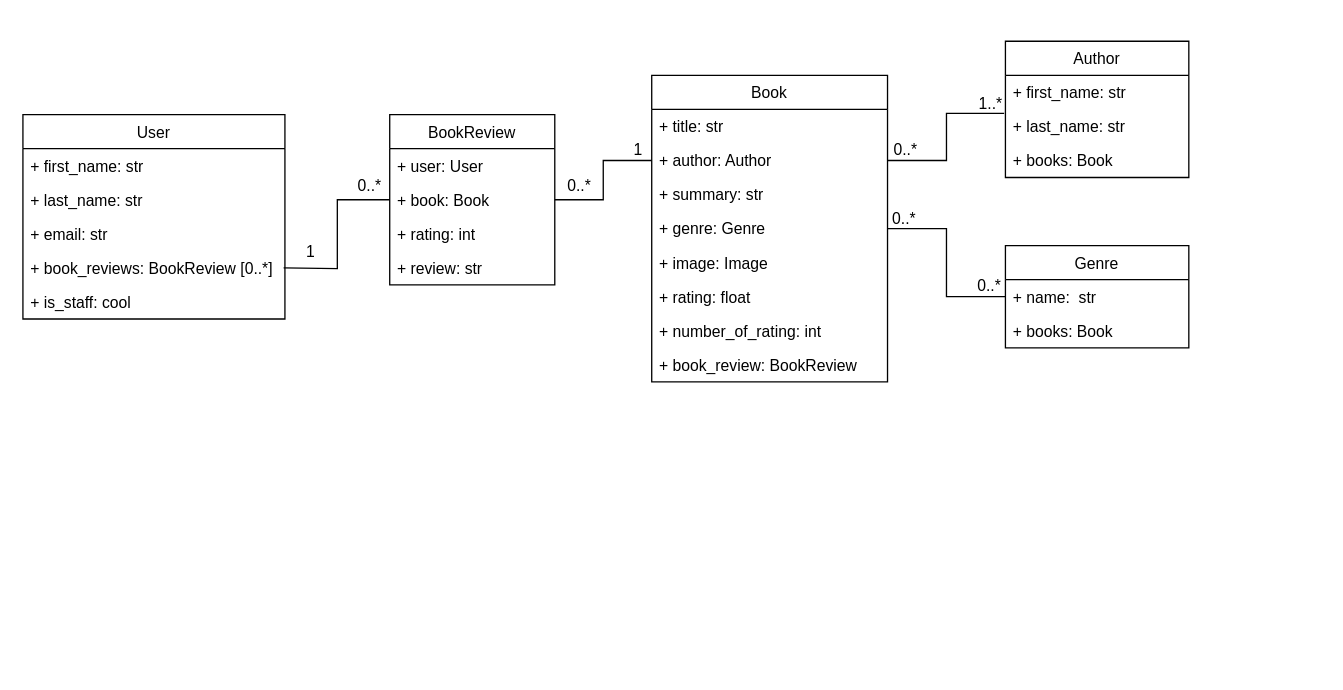
This is book-models-uml.drawio from septymka/book-app-api, a draw.io file, before an edit. Source tidied: cells renumbered, new cells numbered last; positions are measured from the earlier drawing's top-left corner, leaving out a move shared by most shapes. Both pictures are drawn from the tidied source at 131%, with x=0, y=0 at pixel (22, 41).
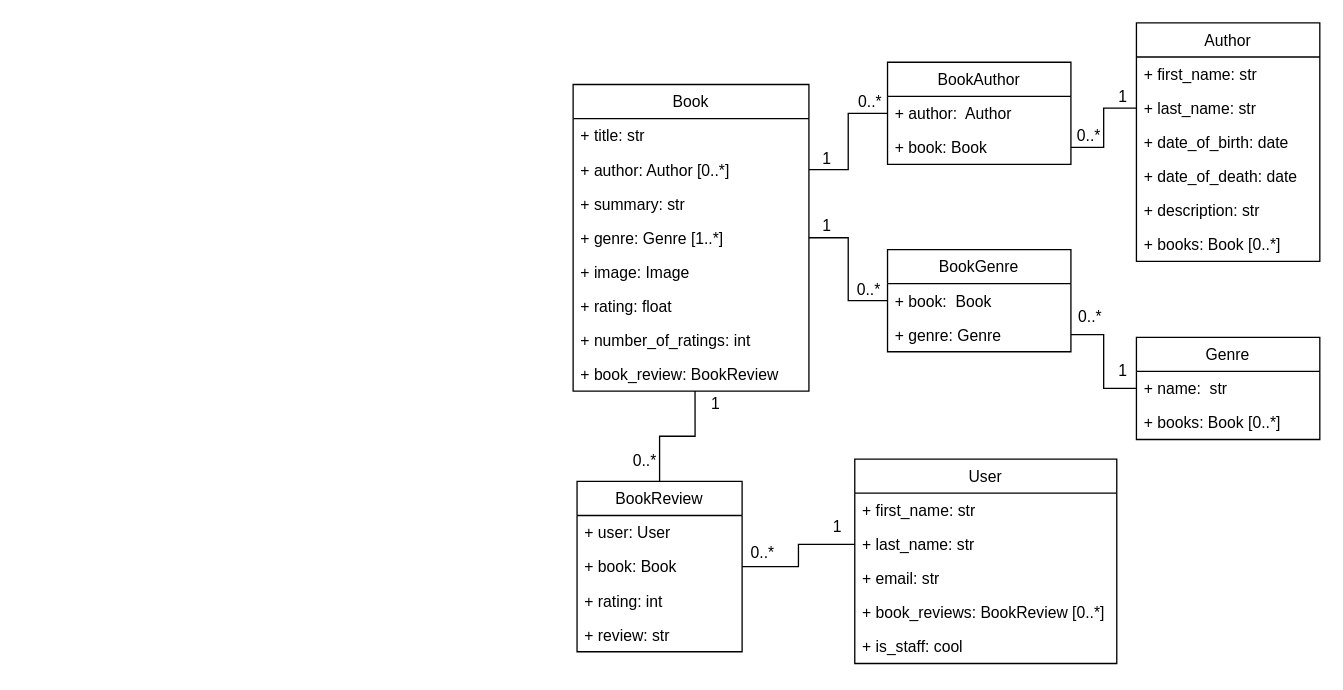
The same diagram, later.

The change refers to these unchanged cells:
```xml
<mxCell id="10" value="+ book_review: BookReview" style="text;strokeColor=none;fillColor=none;align=left;verticalAlign=top;spacingLeft=4;spacingRight=4;overflow=hidden;points=[[0,0.5],[1,0.5]];portConstraint=eastwest;" parent="2" vertex="1">
  <mxGeometry y="208" width="180" height="26" as="geometry" />
</mxCell>
<mxCell id="12" value="+ first_name: str" style="text;strokeColor=none;fillColor=none;align=left;verticalAlign=top;spacingLeft=4;spacingRight=4;overflow=hidden;points=[[0,0.5],[1,0.5]];portConstraint=eastwest;" parent="11" vertex="1">
  <mxGeometry y="26" width="140" height="26" as="geometry" />
</mxCell>
<mxCell id="13" value="+ last_name: str" style="text;strokeColor=none;fillColor=none;align=left;verticalAlign=top;spacingLeft=4;spacingRight=4;overflow=hidden;points=[[0,0.5],[1,0.5]];portConstraint=eastwest;" parent="11" vertex="1">
  <mxGeometry y="52" width="140" height="26" as="geometry" />
</mxCell>
<mxCell id="16" value="+ name:  str" style="text;strokeColor=none;fillColor=none;align=left;verticalAlign=top;spacingLeft=4;spacingRight=4;overflow=hidden;points=[[0,0.5],[1,0.5]];portConstraint=eastwest;" parent="15" vertex="1">
  <mxGeometry y="26" width="140" height="26" as="geometry" />
</mxCell>
<mxCell id="20" value="+ last_name: str" style="text;strokeColor=none;fillColor=none;align=left;verticalAlign=top;spacingLeft=4;spacingRight=4;overflow=hidden;points=[[0,0.5],[1,0.5]];portConstraint=eastwest;" parent="18" vertex="1">
  <mxGeometry y="52" width="200" height="26" as="geometry" />
</mxCell>
<mxCell id="26" value="+ book: Book" style="text;strokeColor=none;fillColor=none;align=left;verticalAlign=top;spacingLeft=4;spacingRight=4;overflow=hidden;points=[[0,0.5],[1,0.5]];portConstraint=eastwest;" parent="24" vertex="1">
  <mxGeometry y="52" width="126" height="26" as="geometry" />
</mxCell>
```

Diff of the diagram source:
```diff
@@
     <mxCell id="2" value="Book" style="swimlane;fontStyle=0;horizontal=1;startSize=26;fillColor=none;" parent="1" vertex="1">
-      <mxGeometry x="480" y="26" width="180" height="234" as="geometry" />
+      <mxGeometry x="420" y="33" width="180" height="234" as="geometry" />
     </mxCell>
@@
-    <mxCell id="4" value="+ author: Author" style="text;strokeColor=none;fillColor=none;align=left;verticalAlign=top;spacingLeft=4;spacingRight=4;overflow=hidden;points=[[0,0.5],[1,0.5]];portConstraint=eastwest;" parent="2" vertex="1">
+    <mxCell id="4" value="+ author: Author [0..*]" style="text;strokeColor=none;fillColor=none;align=left;verticalAlign=top;spacingLeft=4;spacingRight=4;overflow=hidden;points=[[0,0.5],[1,0.5]];portConstraint=eastwest;" parent="2" vertex="1">
       <mxGeometry y="52" width="180" height="26" as="geometry" />
     </mxCell>
@@
-    <mxCell id="6" value="+ genre: Genre" style="text;strokeColor=none;fillColor=none;align=left;verticalAlign=top;spacingLeft=4;spacingRight=4;overflow=hidden;points=[[0,0.5],[1,0.5]];portConstraint=eastwest;" parent="2" vertex="1">
+    <mxCell id="6" value="+ genre: Genre [1..*]" style="text;strokeColor=none;fillColor=none;align=left;verticalAlign=top;spacingLeft=4;spacingRight=4;overflow=hidden;points=[[0,0.5],[1,0.5]];portConstraint=eastwest;" parent="2" vertex="1">
       <mxGeometry y="104" width="180" height="26" as="geometry" />
     </mxCell>
@@
-    <mxCell id="9" value="+ number_of_rating: int" style="text;strokeColor=none;fillColor=none;align=left;verticalAlign=top;spacingLeft=4;spacingRight=4;overflow=hidden;" parent="2" vertex="1">
+    <mxCell id="9" value="+ number_of_ratings: int" style="text;strokeColor=none;fillColor=none;align=left;verticalAlign=top;spacingLeft=4;spacingRight=4;overflow=hidden;" parent="2" vertex="1">
       <mxGeometry y="182" width="180" height="26" as="geometry" />
     </mxCell>
@@
     <mxCell id="11" value="Author" style="swimlane;fontStyle=0;horizontal=1;startSize=26;fillColor=none;" parent="1" vertex="1">
-      <mxGeometry x="750" width="140" height="104" as="geometry" />
+      <mxGeometry x="850" y="-14" width="140" height="182" as="geometry" />
     </mxCell>
@@
+    <mxCell id="41" value="+ date_of_birth: date" style="text;strokeColor=none;fillColor=none;align=left;verticalAlign=top;spacingLeft=4;spacingRight=4;overflow=hidden;" parent="11" vertex="1">
+      <mxGeometry y="78" width="140" height="26" as="geometry" />
+    </mxCell>
+    <mxCell id="42" value="+ date_of_death: date" style="text;strokeColor=none;fillColor=none;align=left;verticalAlign=top;spacingLeft=4;spacingRight=4;overflow=hidden;" parent="11" vertex="1">
+      <mxGeometry y="104" width="140" height="26" as="geometry" />
+    </mxCell>
+    <mxCell id="43" value="+ description: str" style="text;strokeColor=none;fillColor=none;align=left;verticalAlign=top;spacingLeft=4;spacingRight=4;overflow=hidden;" parent="11" vertex="1">
+      <mxGeometry y="130" width="140" height="26" as="geometry" />
+    </mxCell>
-    <mxCell id="14" value="+ books: Book" style="text;strokeColor=none;fillColor=none;align=left;verticalAlign=top;spacingLeft=4;spacingRight=4;overflow=hidden;" parent="11" vertex="1">
-      <mxGeometry y="78" width="140" height="26" as="geometry" />
+    <mxCell id="14" value="+ books: Book [0..*]" style="text;strokeColor=none;fillColor=none;align=left;verticalAlign=top;spacingLeft=4;spacingRight=4;overflow=hidden;" parent="11" vertex="1">
+      <mxGeometry y="156" width="140" height="26" as="geometry" />
     </mxCell>
     <mxCell id="15" value="Genre" style="swimlane;fontStyle=0;horizontal=1;startSize=26;fillColor=none;" parent="1" vertex="1">
-      <mxGeometry x="750" y="156" width="140" height="78" as="geometry" />
+      <mxGeometry x="850" y="226" width="140" height="78" as="geometry" />
     </mxCell>
@@
-    <mxCell id="17" value="+ books: Book" style="text;strokeColor=none;fillColor=none;align=left;verticalAlign=top;spacingLeft=4;spacingRight=4;overflow=hidden;" parent="15" vertex="1">
+    <mxCell id="17" value="+ books: Book [0..*]" style="text;strokeColor=none;fillColor=none;align=left;verticalAlign=top;spacingLeft=4;spacingRight=4;overflow=hidden;" parent="15" vertex="1">
       <mxGeometry y="52" width="140" height="26" as="geometry" />
     </mxCell>
     <mxCell id="18" value="User" style="swimlane;fontStyle=0;horizontal=1;startSize=26;fillColor=none;" parent="1" vertex="1">
-      <mxGeometry y="56" width="200" height="156" as="geometry" />
+      <mxGeometry x="635" y="319" width="200" height="156" as="geometry" />
     </mxCell>
@@
     <mxCell id="24" value="BookReview" style="swimlane;fontStyle=0;horizontal=1;startSize=26;fillColor=none;" parent="1" vertex="1">
-      <mxGeometry x="280" y="56" width="126" height="130" as="geometry" />
+      <mxGeometry x="423" y="336" width="126" height="130" as="geometry" />
     </mxCell>
@@
-    <mxCell id="29" style="endArrow=none;html=1;edgeStyle=orthogonalEdgeStyle;rounded=0;exitX=1;exitY=0.5;exitDx=0;exitDy=0;" parent="1" edge="1" target="24">
-      <mxGeometry relative="1" as="geometry">
-        <mxPoint x="199" y="173" as="sourcePoint" />
-      </mxGeometry>
+    <mxCell id="29" style="endArrow=none;html=1;edgeStyle=orthogonalEdgeStyle;rounded=0;exitX=0;exitY=0.5;exitDx=0;exitDy=0;" parent="1" edge="1" source="20" target="24">
+      <mxGeometry relative="1" as="geometry" />
     </mxCell>
-    <mxCell id="30" style="endArrow=none;html=1;edgeStyle=orthogonalEdgeStyle;rounded=0;exitX=1;exitY=0.5;exitDx=0;exitDy=0;entryX=0;entryY=0.5;entryDx=0;entryDy=0;" parent="1" edge="1" source="26" target="4">
+    <mxCell id="30" style="endArrow=none;html=1;edgeStyle=orthogonalEdgeStyle;rounded=0;entryX=0.517;entryY=1;entryDx=0;entryDy=0;entryPerimeter=0;" parent="1" edge="1" source="24" target="10">
       <mxGeometry relative="1" as="geometry" />
     </mxCell>
-    <mxCell id="31" style="endArrow=none;html=1;edgeStyle=orthogonalEdgeStyle;rounded=0;entryX=-0.007;entryY=1.115;entryDx=0;entryDy=0;entryPerimeter=0;" parent="1" edge="1" source="4" target="12">
+    <mxCell id="31" style="endArrow=none;html=1;edgeStyle=orthogonalEdgeStyle;rounded=0;entryX=0;entryY=0.5;entryDx=0;entryDy=0;" parent="1" edge="1" source="4" target="48">
       <mxGeometry relative="1" as="geometry" />
     </mxCell>
-    <mxCell id="32" style="endArrow=none;html=1;edgeStyle=orthogonalEdgeStyle;rounded=0;exitX=1;exitY=0.5;exitDx=0;exitDy=0;entryX=0;entryY=0.5;entryDx=0;entryDy=0;" parent="1" edge="1" source="6" target="16">
+    <mxCell id="32" style="endArrow=none;html=1;edgeStyle=orthogonalEdgeStyle;rounded=0;exitX=1;exitY=0.5;exitDx=0;exitDy=0;entryX=0;entryY=0.5;entryDx=0;entryDy=0;" parent="1" edge="1" source="6" target="45">
       <mxGeometry relative="1" as="geometry" />
     </mxCell>
     <mxCell id="33" value="1" style="text;html=1;strokeColor=none;fillColor=none;align=center;verticalAlign=middle;whiteSpace=wrap;rounded=0;" parent="1" vertex="1">
-      <mxGeometry x="190" y="146" width="60" height="30" as="geometry" />
+      <mxGeometry x="592" y="356" width="60" height="30" as="geometry" />
     </mxCell>
     <mxCell id="34" value="0..*" style="text;html=1;strokeColor=none;fillColor=none;align=center;verticalAlign=middle;whiteSpace=wrap;rounded=0;" parent="1" vertex="1">
-      <mxGeometry x="240" y="96" width="50" height="30" as="geometry" />
+      <mxGeometry x="540" y="376" width="50" height="30" as="geometry" />
     </mxCell>
     <mxCell id="35" value="0..*" style="text;html=1;strokeColor=none;fillColor=none;align=center;verticalAlign=middle;whiteSpace=wrap;rounded=0;" parent="1" vertex="1">
-      <mxGeometry x="400" y="96" width="50" height="30" as="geometry" />
+      <mxGeometry x="450" y="306" width="50" height="30" as="geometry" />
     </mxCell>
     <mxCell id="36" value="1" style="text;html=1;strokeColor=none;fillColor=none;align=center;verticalAlign=middle;whiteSpace=wrap;rounded=0;" parent="1" vertex="1">
-      <mxGeometry x="450" y="73" width="40" height="20" as="geometry" />
+      <mxGeometry x="509" y="267" width="40" height="20" as="geometry" />
     </mxCell>
-    <mxCell id="37" value="0..*" style="text;html=1;strokeColor=none;fillColor=none;align=center;verticalAlign=middle;whiteSpace=wrap;rounded=0;" parent="1" vertex="1">
-      <mxGeometry x="649" y="68" width="50" height="30" as="geometry" />
-    </mxCell>
-    <mxCell id="38" value="1..*" style="text;html=1;strokeColor=none;fillColor=none;align=center;verticalAlign=middle;whiteSpace=wrap;rounded=0;" parent="1" vertex="1">
-      <mxGeometry x="714" y="33" width="50" height="30" as="geometry" />
-    </mxCell>
-    <mxCell id="39" value="0..*" style="text;html=1;strokeColor=none;fillColor=none;align=center;verticalAlign=middle;whiteSpace=wrap;rounded=0;" parent="1" vertex="1">
-      <mxGeometry x="648" y="121" width="50" height="30" as="geometry" />
-    </mxCell>
-    <mxCell id="40" value="0..*" style="text;html=1;strokeColor=none;fillColor=none;align=center;verticalAlign=middle;whiteSpace=wrap;rounded=0;" parent="1" vertex="1">
-      <mxGeometry x="713" y="172" width="50" height="30" as="geometry" />
-    </mxCell>
+    <mxCell id="44" value="BookGenre" style="swimlane;fontStyle=0;horizontal=1;startSize=26;fillColor=none;" parent="1" vertex="1">
+      <mxGeometry x="660" y="159" width="140" height="78" as="geometry" />
+    </mxCell>
+    <mxCell id="45" value="+ book:  Book" style="text;strokeColor=none;fillColor=none;align=left;verticalAlign=top;spacingLeft=4;spacingRight=4;overflow=hidden;points=[[0,0.5],[1,0.5]];portConstraint=eastwest;" parent="44" vertex="1">
+      <mxGeometry y="26" width="140" height="26" as="geometry" />
+    </mxCell>
+    <mxCell id="46" value="+ genre: Genre" style="text;strokeColor=none;fillColor=none;align=left;verticalAlign=top;spacingLeft=4;spacingRight=4;overflow=hidden;points=[[0,0.5],[1,0.5]];portConstraint=eastwest;" parent="44" vertex="1">
+      <mxGeometry y="52" width="140" height="26" as="geometry" />
+    </mxCell>
+    <mxCell id="47" value="BookAuthor" style="swimlane;fontStyle=0;horizontal=1;startSize=26;fillColor=none;" parent="1" vertex="1">
+      <mxGeometry x="660" y="16" width="140" height="78" as="geometry" />
+    </mxCell>
+    <mxCell id="48" value="+ author:  Author" style="text;strokeColor=none;fillColor=none;align=left;verticalAlign=top;spacingLeft=4;spacingRight=4;overflow=hidden;points=[[0,0.5],[1,0.5]];portConstraint=eastwest;" parent="47" vertex="1">
+      <mxGeometry y="26" width="140" height="26" as="geometry" />
+    </mxCell>
+    <mxCell id="49" value="+ book: Book" style="text;strokeColor=none;fillColor=none;align=left;verticalAlign=top;spacingLeft=4;spacingRight=4;overflow=hidden;points=[[0,0.5],[1,0.5]];portConstraint=eastwest;" parent="47" vertex="1">
+      <mxGeometry y="52" width="140" height="26" as="geometry" />
+    </mxCell>
+    <mxCell id="50" style="endArrow=none;html=1;edgeStyle=orthogonalEdgeStyle;rounded=0;exitX=1;exitY=0.5;exitDx=0;exitDy=0;entryX=0;entryY=0.5;entryDx=0;entryDy=0;" parent="1" edge="1" source="49" target="13">
+      <mxGeometry relative="1" as="geometry" />
+    </mxCell>
+    <mxCell id="51" style="endArrow=none;html=1;edgeStyle=orthogonalEdgeStyle;rounded=0;exitX=1;exitY=0.5;exitDx=0;exitDy=0;entryX=0;entryY=0.5;entryDx=0;entryDy=0;" parent="1" edge="1" source="46" target="16">
+      <mxGeometry relative="1" as="geometry" />
+    </mxCell>
+    <mxCell id="52" value="1" style="text;html=1;strokeColor=none;fillColor=none;align=center;verticalAlign=middle;whiteSpace=wrap;rounded=0;" parent="1" vertex="1">
+      <mxGeometry x="810" y="237" width="60" height="30" as="geometry" />
+    </mxCell>
+    <mxCell id="53" value="0..*" style="text;html=1;strokeColor=none;fillColor=none;align=center;verticalAlign=middle;whiteSpace=wrap;rounded=0;" parent="1" vertex="1">
+      <mxGeometry x="790" y="196" width="50" height="30" as="geometry" />
+    </mxCell>
+    <mxCell id="54" value="1" style="text;html=1;strokeColor=none;fillColor=none;align=center;verticalAlign=middle;whiteSpace=wrap;rounded=0;" parent="1" vertex="1">
+      <mxGeometry x="810" y="28" width="60" height="30" as="geometry" />
+    </mxCell>
+    <mxCell id="55" value="0..*" style="text;html=1;strokeColor=none;fillColor=none;align=center;verticalAlign=middle;whiteSpace=wrap;rounded=0;" parent="1" vertex="1">
+      <mxGeometry x="789" y="58" width="50" height="30" as="geometry" />
+    </mxCell>
+    <mxCell id="56" value="1" style="text;html=1;strokeColor=none;fillColor=none;align=center;verticalAlign=middle;whiteSpace=wrap;rounded=0;" parent="1" vertex="1">
+      <mxGeometry x="584" y="75" width="60" height="30" as="geometry" />
+    </mxCell>
+    <mxCell id="57" value="1" style="text;html=1;strokeColor=none;fillColor=none;align=center;verticalAlign=middle;whiteSpace=wrap;rounded=0;" parent="1" vertex="1">
+      <mxGeometry x="584" y="126" width="60" height="30" as="geometry" />
+    </mxCell>
+    <mxCell id="58" value="0..*" style="text;html=1;strokeColor=none;fillColor=none;align=center;verticalAlign=middle;whiteSpace=wrap;rounded=0;" parent="1" vertex="1">
+      <mxGeometry x="622" y="32" width="50" height="30" as="geometry" />
+    </mxCell>
+    <mxCell id="59" value="0..*" style="text;html=1;strokeColor=none;fillColor=none;align=center;verticalAlign=middle;whiteSpace=wrap;rounded=0;" parent="1" vertex="1">
+      <mxGeometry x="621" y="175" width="50" height="30" as="geometry" />
+    </mxCell>
```
